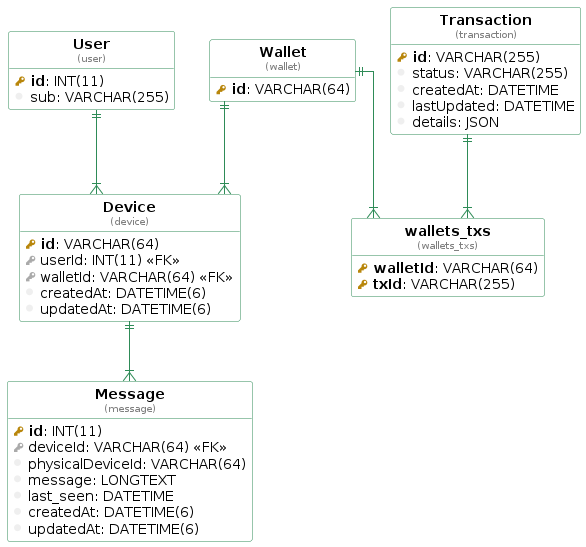
fireblocks/ncw-backend-demo keeps this PlantUML diagram as assets/images/model.png. Above is the earlier version.
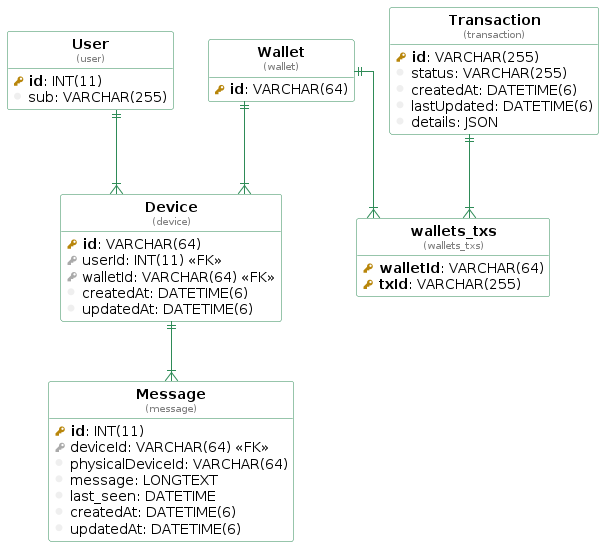
The same diagram one commit later.

Change to the diagram source:
```diff
@@ -41,8 +41,8 @@
 table( Transaction, transaction ) as transaction {
   pkey( id ): VARCHAR(255)
   column( status ): VARCHAR(255)
-  column( createdAt ): DATETIME
-  column( lastUpdated ): DATETIME
+  column( createdAt ): DATETIME(6)
+  column( lastUpdated ): DATETIME(6)
   column( details ): JSON
 }
 
```
